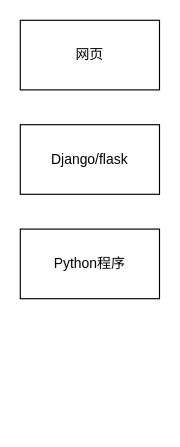
The draw.io diagram 计算机地图.drawio in CaptainCCCP/Draw-io-cloud, before the edit. Source tidied: cells renumbered, new cells numbered last; positions are measured from the earlier drawing's top-left corner, leaving out a move shared by most shapes. Both pictures are drawn from the tidied source at 116%, with x=0, y=0 at pixel (20, 20).
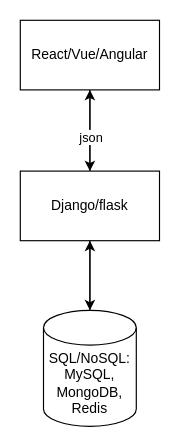
Above is the later version.

Commit message:
更新计算机地图.drawio

What changed in the source:
```diff
@@
 <mxGraphModel>
   <root>
     <mxCell id="0" />
     <mxCell id="1" parent="0" />
+    <mxCell id="5" style="edgeStyle=orthogonalEdgeStyle;rounded=0;jettySize=auto;html=1;exitX=0.5;exitY=0;exitDx=0;exitDy=0;" parent="1" edge="1" source="2">
+      <mxGeometry relative="1" as="geometry">
+        <mxPoint x="60" y="60" as="targetPoint" />
+      </mxGeometry>
+    </mxCell>
     <mxCell id="2" value="Django/flask" style="rounded=0;whiteSpace=wrap;html=1;" parent="1" vertex="1">
-      <mxGeometry y="90" width="120" height="60" as="geometry" />
+      <mxGeometry y="130" width="120" height="60" as="geometry" />
     </mxCell>
-    <mxCell id="3" value="Python程序" style="rounded=0;whiteSpace=wrap;html=1;" parent="1" vertex="1">
-      <mxGeometry y="180" width="120" height="60" as="geometry" />
-    </mxCell>
+    <mxCell id="6" style="edgeStyle=orthogonalEdgeStyle;rounded=0;jettySize=auto;html=1;exitX=0.5;exitY=1;exitDx=0;exitDy=0;entryX=0.5;entryY=0;entryDx=0;entryDy=0;" parent="1" edge="1" source="4" target="2">
+      <mxGeometry relative="1" as="geometry" />
+    </mxCell>
+    <mxCell id="7" value="json&lt;br&gt;" style="edgeLabel;html=1;align=center;verticalAlign=middle;" parent="6" vertex="1">
+      <mxGeometry x="-0.2" y="-1" relative="1" as="geometry">
+        <mxPoint x="1" y="12" as="offset" />
+      </mxGeometry>
+    </mxCell>
-    <mxCell id="4" value="网页" style="rounded=0;whiteSpace=wrap;html=1;" parent="1" vertex="1">
+    <mxCell id="4" value="React/Vue/Angular" style="rounded=0;whiteSpace=wrap;html=1;" parent="1" vertex="1">
       <mxGeometry width="120" height="60" as="geometry" />
     </mxCell>
+    <mxCell id="8" style="edgeStyle=orthogonalEdgeStyle;rounded=0;jettySize=auto;html=1;exitX=0.5;exitY=0;exitDx=0;exitDy=0;exitPerimeter=0;" parent="1" edge="1" source="9">
+      <mxGeometry relative="1" as="geometry">
+        <mxPoint x="60" y="190" as="targetPoint" />
+      </mxGeometry>
+    </mxCell>
+    <mxCell id="9" value="SQL/NoSQL:&lt;br&gt;MySQL, MongoDB, Redis" style="shape=cylinder3;whiteSpace=wrap;html=1;boundedLbl=1;backgroundOutline=1;size=15;" parent="1" vertex="1">
+      <mxGeometry x="20" y="250" width="80" height="100" as="geometry" />
+    </mxCell>
+    <mxCell id="10" style="edgeStyle=orthogonalEdgeStyle;rounded=0;jettySize=auto;html=1;exitX=0.5;exitY=1;exitDx=0;exitDy=0;entryX=0.5;entryY=0;entryDx=0;entryDy=0;entryPerimeter=0;" parent="1" edge="1" source="2" target="9">
+      <mxGeometry relative="1" as="geometry" />
+    </mxCell>
   </root>
 </mxGraphModel>
```
